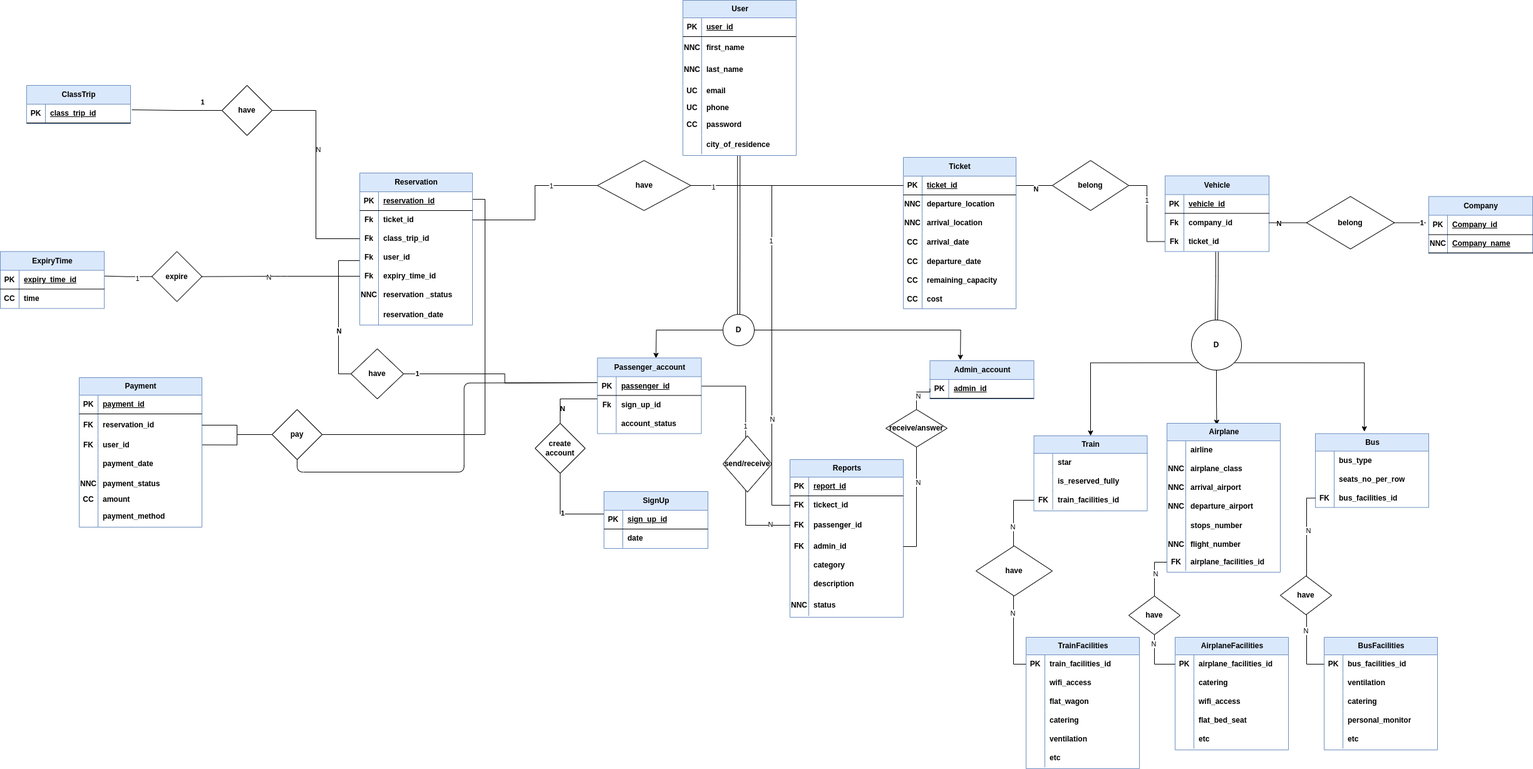
Earlier version of the draw.io export DataBase_Alibaba-Page-1.drawio.png (AriaTn84/DBproject). Source tidied: cells renumbered, new cells last; positions are measured from the earlier drawing's top-left corner, leaving out a move shared by most shapes.
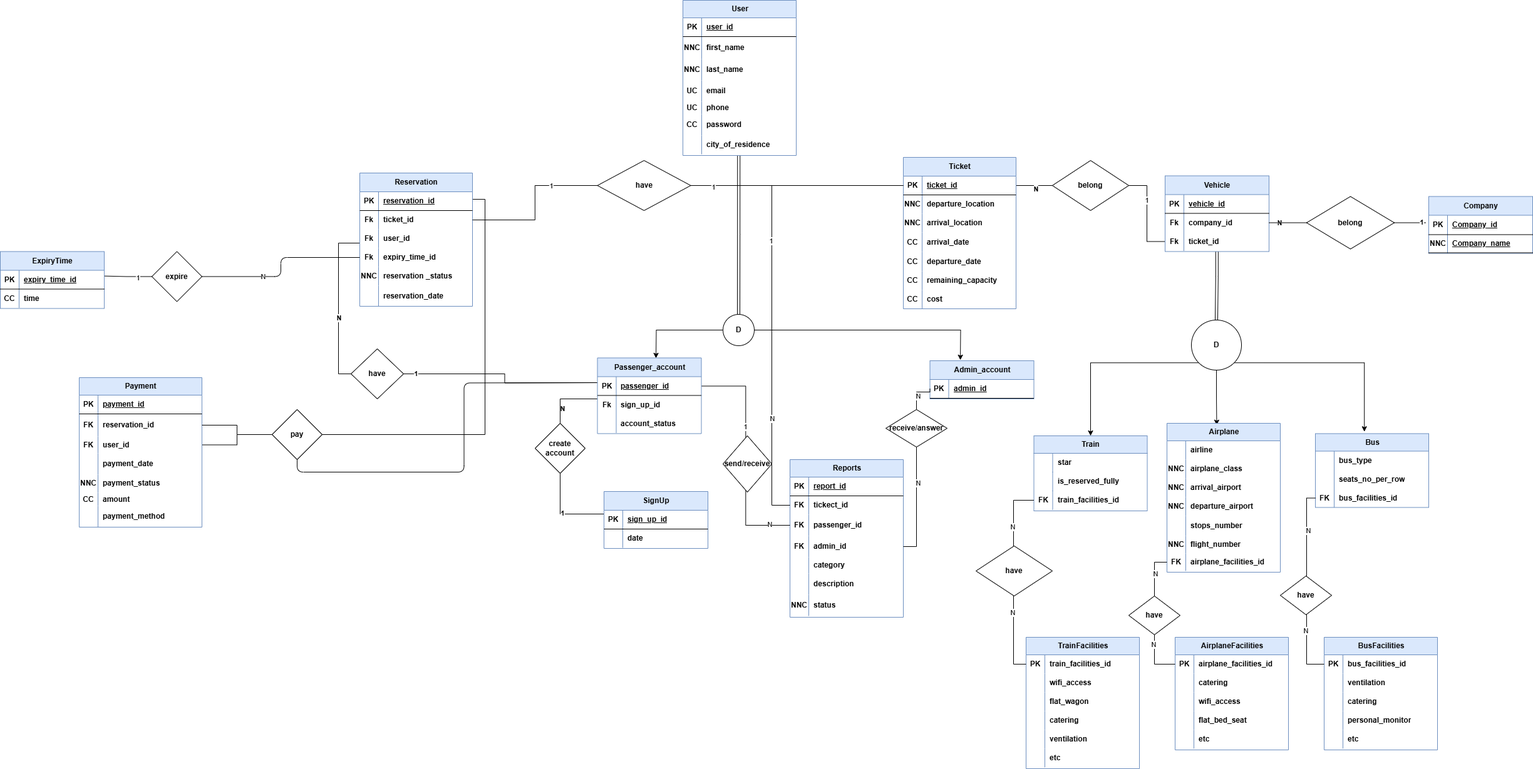
Above is the later version.

The edit, as a diff of the source:
```diff
@@ -105,16 +105,6 @@
     <mxCell id="29" value="have" style="rhombus;whiteSpace=wrap;html=1;fontStyle=1;rounded=0;" parent="1" vertex="1">
       <mxGeometry x="953.5" y="256" width="149" height="80" as="geometry" />
     </mxCell>
-    <mxCell id="30" style="edgeStyle=orthogonalEdgeStyle;rounded=0;jettySize=auto;html=1;exitX=0;exitY=0.5;exitDx=0;exitDy=0;entryX=1;entryY=0.5;entryDx=0;entryDy=0;endArrow=none;startFill=0;fontStyle=1;" parent="1" edge="1" source="116">
-      <mxGeometry relative="1" as="geometry">
-        <mxPoint x="210" y="175" as="targetPoint" />
-      </mxGeometry>
-    </mxCell>
-    <mxCell id="31" value="1" style="edgeLabel;html=1;align=center;verticalAlign=middle;fontStyle=1;rounded=0;" parent="30" vertex="1">
-      <mxGeometry x="0.54" y="2" relative="1" as="geometry">
-        <mxPoint x="80" y="-15" as="offset" />
-      </mxGeometry>
-    </mxCell>
     <mxCell id="32" style="edgeStyle=orthogonalEdgeStyle;rounded=0;jettySize=auto;html=1;entryX=1;entryY=0.5;entryDx=0;entryDy=0;endArrow=none;startFill=0;fontStyle=1;exitX=0;exitY=0.5;exitDx=0;exitDy=0;" parent="1" edge="1" source="34">
       <mxGeometry relative="1" as="geometry">
         <mxPoint x="160" y="440.5" as="targetPoint" />
@@ -143,8 +133,8 @@
       <mxGeometry relative="1" as="geometry">
         <mxPoint x="574" y="431" as="sourcePoint" />
         <Array as="points">
-          <mxPoint x="574" y="416" />
-          <mxPoint x="540" y="416" />
+          <mxPoint x="574" y="388" />
+          <mxPoint x="540" y="388" />
           <mxPoint x="540" y="597" />
         </Array>
       </mxGeometry>
@@ -311,7 +301,7 @@
       <mxGeometry relative="1" as="geometry" />
     </mxCell>
     <mxCell id="90" value="Reservation" style="shape=table;startSize=30;rowLines=0;fontStyle=1;align=center;html=1;fillColor=#dae8fc;strokeColor=#6c8ebf;swimlaneFillColor=default;rounded=0;" parent="1" vertex="1">
-      <mxGeometry x="574" y="276" width="180" height="243" as="geometry" />
+      <mxGeometry x="574" y="276" width="180" height="213" as="geometry" />
     </mxCell>
     <mxCell id="91" style="shape=tableRow;horizontal=0;startSize=0;swimlaneHead=0;swimlaneBody=0;fillColor=none;top=0;left=0;right=0;bottom=1;fontStyle=1;rounded=0;" parent="90" vertex="1">
       <mxGeometry y="30" width="180" height="30" as="geometry" />
@@ -331,17 +321,8 @@
     <mxCell id="96" value="ticket_id" style="shape=partialRectangle;fillColor=none;top=0;left=0;bottom=0;right=0;align=left;spacingLeft=6;overflow=hidden;whiteSpace=wrap;html=1;fontStyle=1;rounded=0;" parent="94" vertex="1">
       <mxGeometry x="30" width="150" height="30" as="geometry" />
     </mxCell>
-    <mxCell id="97" style="shape=tableRow;horizontal=0;startSize=0;swimlaneHead=0;swimlaneBody=0;fillColor=none;points=[[0,0.5],[1,0.5]];portConstraint=eastwest;top=0;left=0;right=0;bottom=0;fontStyle=1;rounded=0;" parent="90" vertex="1">
-      <mxGeometry y="90" width="180" height="30" as="geometry" />
-    </mxCell>
-    <mxCell id="98" value="Fk" style="shape=partialRectangle;fillColor=none;top=0;left=0;bottom=0;right=0;overflow=hidden;whiteSpace=wrap;html=1;fontStyle=1;rounded=0;" parent="97" vertex="1">
-      <mxGeometry width="30" height="30" as="geometry" />
-    </mxCell>
-    <mxCell id="99" value="class_trip_id" style="shape=partialRectangle;fillColor=none;top=0;left=0;bottom=0;right=0;align=left;spacingLeft=6;overflow=hidden;whiteSpace=wrap;html=1;fontStyle=1;rounded=0;" parent="97" vertex="1">
-      <mxGeometry x="30" width="150" height="30" as="geometry" />
-    </mxCell>
     <mxCell id="100" style="shape=tableRow;horizontal=0;startSize=0;swimlaneHead=0;swimlaneBody=0;fillColor=none;top=0;left=0;right=0;bottom=0;fontStyle=1;rounded=0;" parent="90" vertex="1">
-      <mxGeometry y="120" width="180" height="30" as="geometry" />
+      <mxGeometry y="90" width="180" height="30" as="geometry" />
     </mxCell>
     <mxCell id="101" value="Fk" style="shape=partialRectangle;fillColor=none;top=0;left=0;bottom=0;right=0;overflow=hidden;whiteSpace=wrap;html=1;fontStyle=1;rounded=0;" parent="100" vertex="1">
       <mxGeometry width="30" height="30" as="geometry" />
@@ -350,7 +331,7 @@
       <mxGeometry x="30" width="150" height="30" as="geometry" />
     </mxCell>
     <mxCell id="103" style="shape=tableRow;horizontal=0;startSize=0;swimlaneHead=0;swimlaneBody=0;fillColor=none;points=[[0,0.5],[1,0.5]];portConstraint=eastwest;top=0;left=0;right=0;bottom=0;fontStyle=1;rounded=0;" parent="90" vertex="1">
-      <mxGeometry y="150" width="180" height="30" as="geometry" />
+      <mxGeometry y="120" width="180" height="30" as="geometry" />
     </mxCell>
     <mxCell id="104" value="Fk" style="shape=partialRectangle;fillColor=none;top=0;left=0;bottom=0;right=0;overflow=hidden;whiteSpace=wrap;html=1;fontStyle=1;rounded=0;" parent="103" vertex="1">
       <mxGeometry width="30" height="30" as="geometry" />
@@ -359,7 +340,7 @@
       <mxGeometry x="30" width="150" height="30" as="geometry" />
     </mxCell>
     <mxCell id="106" style="shape=tableRow;horizontal=0;startSize=0;swimlaneHead=0;swimlaneBody=0;fillColor=none;top=0;left=0;right=0;bottom=0;fontStyle=1;rounded=0;" parent="90" vertex="1">
-      <mxGeometry y="180" width="180" height="30" as="geometry" />
+      <mxGeometry y="150" width="180" height="30" as="geometry" />
     </mxCell>
     <mxCell id="107" value="NNC" style="shape=partialRectangle;fillColor=none;top=0;left=0;bottom=0;right=0;overflow=hidden;whiteSpace=wrap;html=1;fontStyle=1;rounded=0;" parent="106" vertex="1">
       <mxGeometry width="30" height="30" as="geometry" />
@@ -368,7 +349,7 @@
       <mxGeometry x="30" width="150" height="30" as="geometry" />
     </mxCell>
     <mxCell id="109" style="shape=tableRow;horizontal=0;startSize=0;swimlaneHead=0;swimlaneBody=0;fillColor=none;top=0;left=0;right=0;bottom=0;fontStyle=1;rounded=0;" parent="90" vertex="1">
-      <mxGeometry y="210" width="180" height="33" as="geometry" />
+      <mxGeometry y="180" width="180" height="33" as="geometry" />
     </mxCell>
     <mxCell id="110" style="shape=partialRectangle;fillColor=none;top=0;left=0;bottom=0;right=0;overflow=hidden;whiteSpace=wrap;html=1;fontStyle=1;rounded=0;" parent="109" vertex="1">
       <mxGeometry width="30" height="33" as="geometry" />
@@ -382,15 +363,6 @@
     <mxCell id="113" value="1" style="edgeLabel;html=1;align=center;verticalAlign=middle;rounded=0;" parent="112" vertex="1">
       <mxGeometry x="0.41" relative="1" as="geometry" />
     </mxCell>
-    <mxCell id="114" style="edgeStyle=orthogonalEdgeStyle;rounded=0;jettySize=auto;html=1;exitX=1;exitY=0.5;exitDx=0;exitDy=0;entryX=0;entryY=0.5;entryDx=0;entryDy=0;endArrow=none;startFill=0;" parent="1" edge="1" source="116" target="97">
-      <mxGeometry relative="1" as="geometry" />
-    </mxCell>
-    <mxCell id="115" value="N" style="edgeLabel;html=1;align=center;verticalAlign=middle;rounded=0;" parent="114" vertex="1">
-      <mxGeometry x="-0.23" y="3" relative="1" as="geometry" />
-    </mxCell>
-    <mxCell id="116" value="have" style="rhombus;whiteSpace=wrap;html=1;fontStyle=1;rounded=0;" parent="1" vertex="1">
-      <mxGeometry x="354" y="136" width="80" height="80" as="geometry" />
-    </mxCell>
     <mxCell id="117" value="Ticket" style="shape=table;startSize=30;rowLines=0;fontStyle=1;align=center;html=1;fillColor=#dae8fc;strokeColor=#6c8ebf;swimlaneFillColor=default;rounded=0;" parent="1" vertex="1">
       <mxGeometry x="1442" y="251" width="180" height="242" as="geometry" />
     </mxCell>
@@ -949,21 +921,9 @@
     </mxCell>
     <mxCell id="297" value="N" style="edgeLabel;html=1;align=center;verticalAlign=middle;" parent="296" vertex="1">
       <mxGeometry x="0.15" relative="1" as="geometry">
-        <mxPoint x="-1" as="offset" />
+        <mxPoint x="-22" as="offset" />
       </mxGeometry>
     </mxCell>
-    <mxCell id="298" value="ClassTrip" style="shape=table;startSize=30;rowLines=0;fontStyle=1;align=center;html=1;fillColor=#dae8fc;strokeColor=#6c8ebf;swimlaneFillColor=default;rounded=0;" parent="1" vertex="1">
-      <mxGeometry x="42" y="136" width="166" height="61" as="geometry" />
-    </mxCell>
-    <mxCell id="299" style="shape=tableRow;horizontal=0;startSize=0;swimlaneHead=0;swimlaneBody=0;fillColor=none;top=0;left=0;right=0;bottom=1;fontStyle=1;rounded=0;" parent="298" vertex="1">
-      <mxGeometry y="30" width="166" height="30" as="geometry" />
-    </mxCell>
-    <mxCell id="300" value="PK" style="shape=partialRectangle;fillColor=none;top=0;left=0;bottom=0;right=0;fontStyle=1;overflow=hidden;whiteSpace=wrap;html=1;rounded=0;" parent="299" vertex="1">
-      <mxGeometry width="30" height="30" as="geometry" />
-    </mxCell>
-    <mxCell id="301" value="class_trip_id" style="shape=partialRectangle;fillColor=none;top=0;left=0;bottom=0;right=0;align=left;spacingLeft=6;fontStyle=5;overflow=hidden;whiteSpace=wrap;html=1;rounded=0;" parent="299" vertex="1">
-      <mxGeometry x="30" width="136" height="30" as="geometry" />
-    </mxCell>
     <mxCell id="302" value="ExpiryTime" style="shape=table;startSize=30;rowLines=0;fontStyle=1;align=center;html=1;fillColor=#dae8fc;strokeColor=#6c8ebf;swimlaneFillColor=default;rounded=0;" parent="1" vertex="1">
       <mxGeometry y="401.5" width="166" height="91" as="geometry" />
     </mxCell>
```
